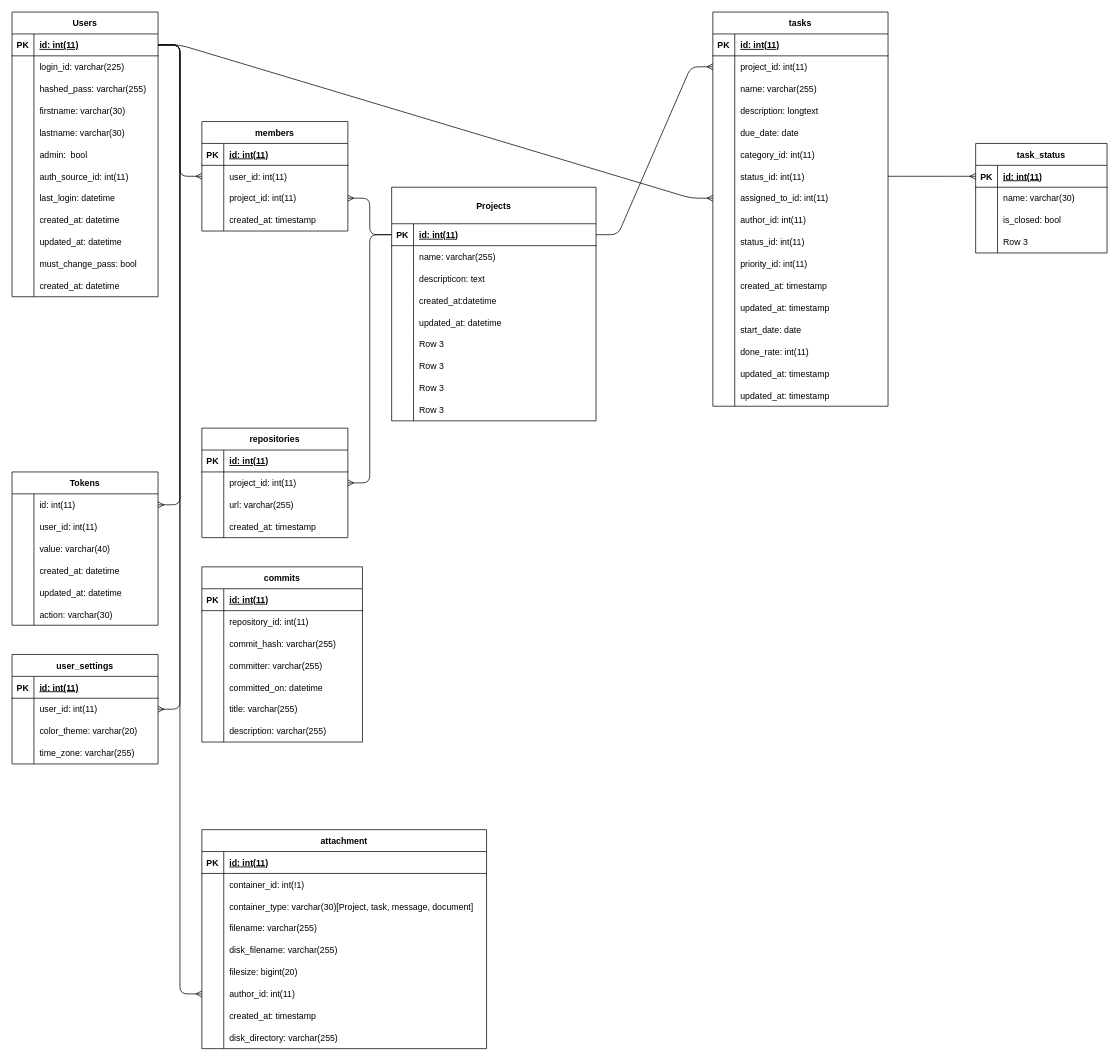
Above: ER.dio in hamuchan214/EProjectManager (draw.io), before the change. Source tidied: cells renumbered, new cells numbered last; positions are measured from the earlier drawing's top-left corner, leaving out a move shared by most shapes. Both pictures are drawn from the tidied source at 73%, with x=0, y=0 at pixel (12, 12).
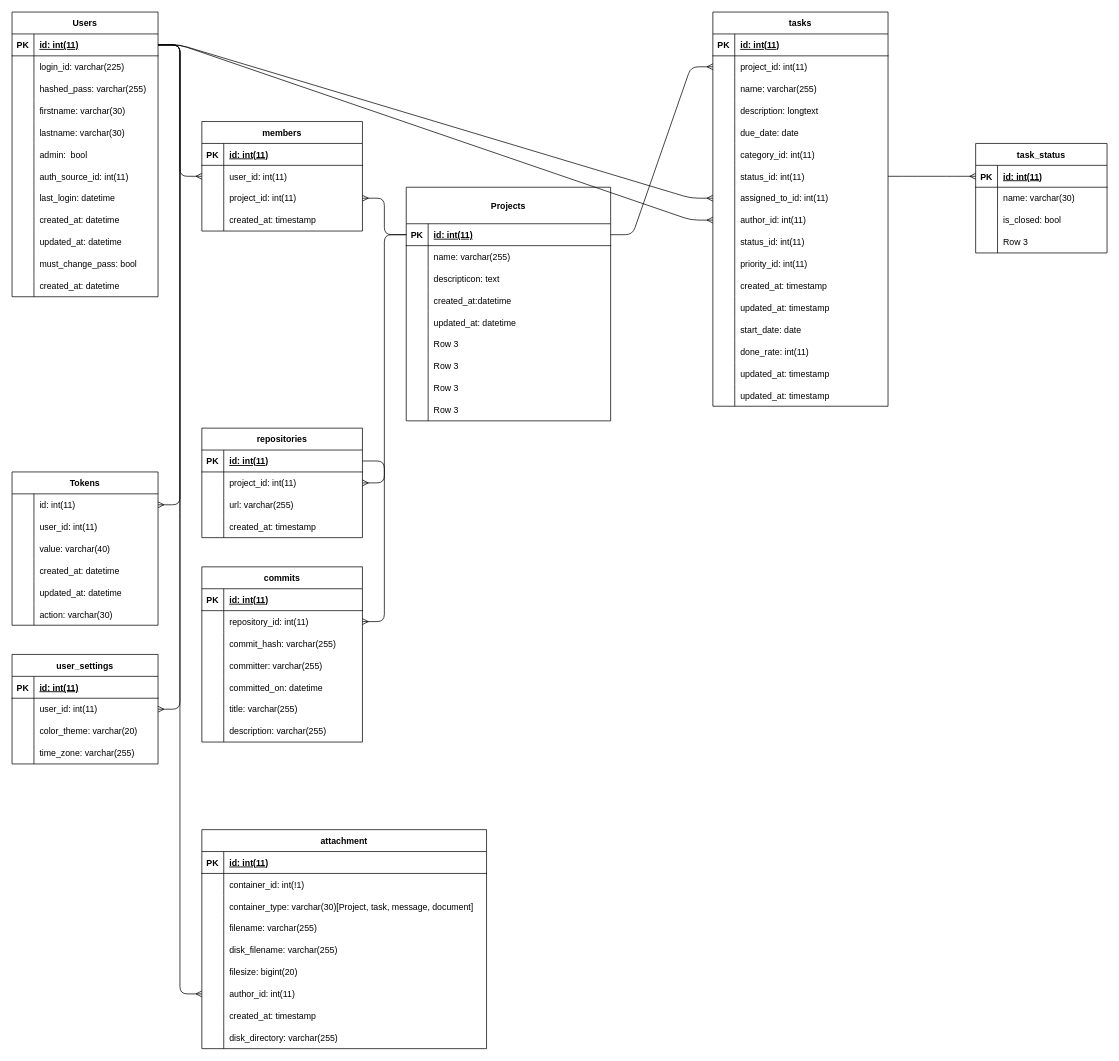
The same diagram, later.

Unchanged cells that the change refers to:
```xml
<mxCell id="31" style="shape=tableRow;horizontal=0;startSize=0;swimlaneHead=0;swimlaneBody=0;fillColor=none;points=[[0,0.5],[1,0.5]];portConstraint=eastwest;top=0;left=0;right=0;bottom=1;" parent="30" vertex="1">
  <mxGeometry y="30" width="200" height="30" as="geometry" />
</mxCell>
<mxCell id="163" style="shape=tableRow;horizontal=0;startSize=0;swimlaneHead=0;swimlaneBody=0;fillColor=none;points=[[0,0.5],[1,0.5]];portConstraint=eastwest;top=0;left=0;right=0;bottom=0;" parent="159" vertex="1">
  <mxGeometry y="60" width="220" height="30" as="geometry" />
</mxCell>
<mxCell id="206" style="shape=tableRow;horizontal=0;startSize=0;swimlaneHead=0;swimlaneBody=0;fillColor=none;points=[[0,0.5],[1,0.5]];portConstraint=eastwest;top=0;left=0;right=0;bottom=0;" parent="181" vertex="1">
  <mxGeometry y="270" width="240" height="30" as="geometry" />
</mxCell>
```

What changed in the source:
```diff
@@
     <mxCell id="2" value="Projects" style="shape=table;startSize=50;childLayout=tableLayout;rowLines=0;fontStyle=1;align=center;" parent="1" vertex="1">
-      <mxGeometry x="520" y="240" width="280" height="320" as="geometry" />
+      <mxGeometry x="540" y="240" width="280" height="320" as="geometry" />
     </mxCell>
@@
     <mxCell id="101" value="members" style="shape=table;startSize=30;childLayout=tableLayout;rowLines=0;fontStyle=1;align=center;" parent="1" vertex="1">
-      <mxGeometry x="260" y="150" width="200" height="150" as="geometry" />
+      <mxGeometry x="260" y="150" width="220" height="150" as="geometry" />
     </mxCell>
     <mxCell id="102" style="shape=tableRow;horizontal=0;startSize=0;swimlaneHead=0;swimlaneBody=0;fillColor=none;top=0;left=0;right=0;bottom=1;" parent="101" vertex="1">
-      <mxGeometry y="30" width="200" height="30" as="geometry" />
+      <mxGeometry y="30" width="220" height="30" as="geometry" />
     </mxCell>
@@
     <mxCell id="104" value="id: int(11)" style="shape=partialRectangle;fillColor=none;top=0;left=0;bottom=0;right=0;align=left;spacingLeft=6;fontStyle=5;overflow=hidden;" parent="102" vertex="1">
-      <mxGeometry x="30" width="170" height="30" as="geometry" />
+      <mxGeometry x="30" width="190" height="30" as="geometry" />
     </mxCell>
     <mxCell id="105" style="shape=tableRow;horizontal=0;startSize=0;swimlaneHead=0;swimlaneBody=0;fillColor=none;points=[[0,0.5],[1,0.5]];portConstraint=eastwest;top=0;left=0;right=0;bottom=0;" parent="101" vertex="1">
-      <mxGeometry y="60" width="200" height="30" as="geometry" />
+      <mxGeometry y="60" width="220" height="30" as="geometry" />
     </mxCell>
@@
     <mxCell id="107" value="user_id: int(11)" style="shape=partialRectangle;fillColor=none;top=0;left=0;bottom=0;right=0;align=left;spacingLeft=6;overflow=hidden;" parent="105" vertex="1">
-      <mxGeometry x="30" width="170" height="30" as="geometry" />
+      <mxGeometry x="30" width="190" height="30" as="geometry" />
     </mxCell>
     <mxCell id="108" style="shape=tableRow;horizontal=0;startSize=0;swimlaneHead=0;swimlaneBody=0;fillColor=none;points=[[0,0.5],[1,0.5]];portConstraint=eastwest;top=0;left=0;right=0;bottom=0;" parent="101" vertex="1">
-      <mxGeometry y="90" width="200" height="30" as="geometry" />
+      <mxGeometry y="90" width="220" height="30" as="geometry" />
     </mxCell>
@@
     <mxCell id="110" value="project_id: int(11)" style="shape=partialRectangle;fillColor=none;top=0;left=0;bottom=0;right=0;align=left;spacingLeft=6;overflow=hidden;" parent="108" vertex="1">
-      <mxGeometry x="30" width="170" height="30" as="geometry" />
+      <mxGeometry x="30" width="190" height="30" as="geometry" />
     </mxCell>
     <mxCell id="111" style="shape=tableRow;horizontal=0;startSize=0;swimlaneHead=0;swimlaneBody=0;fillColor=none;top=0;left=0;right=0;bottom=0;" parent="101" vertex="1">
-      <mxGeometry y="120" width="200" height="30" as="geometry" />
+      <mxGeometry y="120" width="220" height="30" as="geometry" />
     </mxCell>
@@
     <mxCell id="113" value="created_at: timestamp" style="shape=partialRectangle;fillColor=none;top=0;left=0;bottom=0;right=0;align=left;spacingLeft=6;overflow=hidden;" parent="111" vertex="1">
-      <mxGeometry x="30" width="170" height="30" as="geometry" />
+      <mxGeometry x="30" width="190" height="30" as="geometry" />
     </mxCell>
@@
     <mxCell id="145" value="repositories" style="shape=table;startSize=30;childLayout=tableLayout;rowLines=0;fontStyle=1;align=center;" parent="1" vertex="1">
-      <mxGeometry x="260" y="570" width="200" height="150" as="geometry" />
+      <mxGeometry x="260" y="570" width="220" height="150" as="geometry" />
     </mxCell>
     <mxCell id="146" style="shape=tableRow;horizontal=0;startSize=0;swimlaneHead=0;swimlaneBody=0;fillColor=none;points=[[0,0.5],[1,0.5]];portConstraint=eastwest;top=0;left=0;right=0;bottom=1;" parent="145" vertex="1">
-      <mxGeometry y="30" width="200" height="30" as="geometry" />
+      <mxGeometry y="30" width="220" height="30" as="geometry" />
     </mxCell>
@@
     <mxCell id="148" value="id: int(11)" style="shape=partialRectangle;fillColor=none;top=0;left=0;bottom=0;right=0;align=left;spacingLeft=6;fontStyle=5;overflow=hidden;" parent="146" vertex="1">
-      <mxGeometry x="30" width="170" height="30" as="geometry" />
+      <mxGeometry x="30" width="190" height="30" as="geometry" />
     </mxCell>
     <mxCell id="149" style="shape=tableRow;horizontal=0;startSize=0;swimlaneHead=0;swimlaneBody=0;fillColor=none;points=[[0,0.5],[1,0.5]];portConstraint=eastwest;top=0;left=0;right=0;bottom=0;" parent="145" vertex="1">
-      <mxGeometry y="60" width="200" height="30" as="geometry" />
+      <mxGeometry y="60" width="220" height="30" as="geometry" />
     </mxCell>
@@
     <mxCell id="151" value="project_id: int(11)" style="shape=partialRectangle;fillColor=none;top=0;left=0;bottom=0;right=0;align=left;spacingLeft=6;overflow=hidden;" parent="149" vertex="1">
-      <mxGeometry x="30" width="170" height="30" as="geometry" />
+      <mxGeometry x="30" width="190" height="30" as="geometry" />
     </mxCell>
     <mxCell id="152" style="shape=tableRow;horizontal=0;startSize=0;swimlaneHead=0;swimlaneBody=0;fillColor=none;top=0;left=0;right=0;bottom=0;" parent="145" vertex="1">
-      <mxGeometry y="90" width="200" height="30" as="geometry" />
+      <mxGeometry y="90" width="220" height="30" as="geometry" />
     </mxCell>
@@
     <mxCell id="154" value="url: varchar(255)" style="shape=partialRectangle;fillColor=none;top=0;left=0;bottom=0;right=0;align=left;spacingLeft=6;overflow=hidden;" parent="152" vertex="1">
-      <mxGeometry x="30" width="170" height="30" as="geometry" />
+      <mxGeometry x="30" width="190" height="30" as="geometry" />
     </mxCell>
     <mxCell id="155" style="shape=tableRow;horizontal=0;startSize=0;swimlaneHead=0;swimlaneBody=0;fillColor=none;top=0;left=0;right=0;bottom=0;" parent="145" vertex="1">
-      <mxGeometry y="120" width="200" height="30" as="geometry" />
+      <mxGeometry y="120" width="220" height="30" as="geometry" />
     </mxCell>
@@
     <mxCell id="157" value="created_at: timestamp" style="shape=partialRectangle;fillColor=none;top=0;left=0;bottom=0;right=0;align=left;spacingLeft=6;overflow=hidden;" parent="155" vertex="1">
-      <mxGeometry x="30" width="170" height="30" as="geometry" />
+      <mxGeometry x="30" width="190" height="30" as="geometry" />
     </mxCell>
@@
+    <mxCell id="249" style="edgeStyle=entityRelationEdgeStyle;fontSize=12;html=1;endArrow=ERmany;rounded=1;exitX=1;exitY=0.5;exitDx=0;exitDy=0;" parent="1" edge="1" source="146" target="163">
+      <mxGeometry relative="1" as="geometry" />
+    </mxCell>
+    <mxCell id="250" style="edgeStyle=entityRelationEdgeStyle;fontSize=12;html=1;endArrow=ERmany;rounded=1;exitX=1;exitY=0.5;exitDx=0;exitDy=0;" parent="1" edge="1" source="31" target="206">
+      <mxGeometry relative="1" as="geometry" />
+    </mxCell>
```
